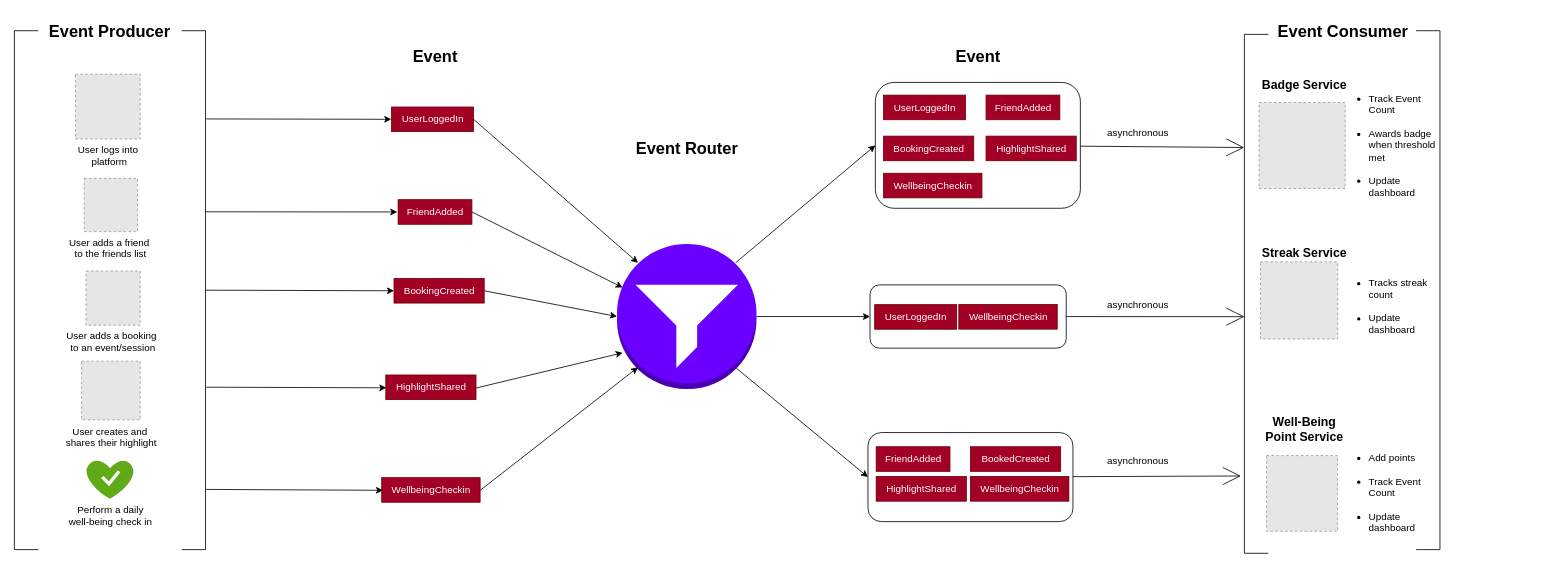
Sky-monster/Diagrams keeps this draw.io diagram as Event_Driven_Architecture.drawio. Above is the earlier version. Source tidied: cells renumbered, new cells numbered last; positions are measured from the earlier drawing's top-left corner, leaving out a move shared by most shapes. Both pictures are drawn from the tidied source at 82%, with x=0, y=0 at pixel (-234, 14). Pictures stored in the file or linked from it are replaced by grey dashed boxes.
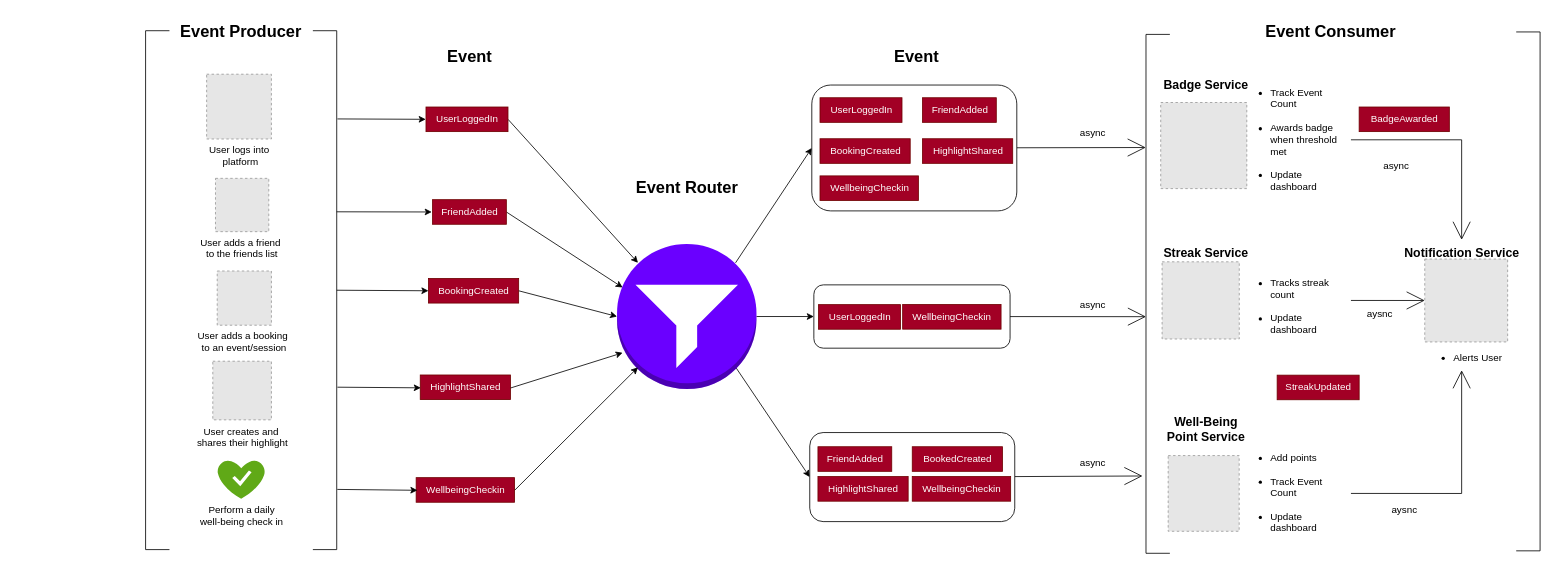
After the change.

Unchanged cells that the change refers to:
```xml
<mxCell id="23" style="rounded=1;whiteSpace=wrap;html=1;" parent="22" vertex="1">
  <mxGeometry width="239.3" height="77.2" as="geometry" />
</mxCell>
```

Diff of the diagram source:
```diff
@@
     <mxCell id="8" value="Event Router" style="text;html=1;align=center;verticalAlign=middle;strokeColor=none;fillColor=none;fontFamily=Arial;fontSize=20;fontStyle=1;" parent="1" vertex="1">
-      <mxGeometry x="1052" y="143" width="140" height="40" as="geometry" />
+      <mxGeometry x="1052" y="190" width="140" height="40" as="geometry" />
     </mxCell>
@@
     <mxCell id="12" value="Event" style="text;html=1;align=center;verticalAlign=middle;strokeColor=none;fillColor=none;fontFamily=Arial;fontSize=20;fontStyle=1;" parent="1" vertex="1">
-      <mxGeometry x="1442" y="30" width="70" height="40" as="geometry" />
+      <mxGeometry x="1367" y="30" width="70" height="40" as="geometry" />
     </mxCell>
@@
     <mxCell id="14" style="group;" parent="1" vertex="1">
-      <mxGeometry x="1352" y="83" width="250" height="153.5" as="geometry" />
+      <mxGeometry x="1274.5" y="86.2" width="250" height="153.5" as="geometry" />
     </mxCell>
@@
     <mxCell id="22" style="group;" parent="1" vertex="1">
-      <mxGeometry x="1345.5" y="329.9" width="245" height="77.2" as="geometry" />
+      <mxGeometry x="1277" y="329.9" width="245" height="77.2" as="geometry" />
     </mxCell>
@@
     <mxCell id="26" style="group;" parent="1" vertex="1">
-      <mxGeometry x="1343" y="510" width="250" height="108.6" as="geometry" />
+      <mxGeometry x="1272" y="510" width="250" height="108.6" as="geometry" />
     </mxCell>
@@
-    <mxCell id="33" value="&lt;font face=&quot;Arial&quot;&gt;asynchronous&lt;/font&gt;" style="text;html=1;align=center;verticalAlign=middle;strokeColor=none;fillColor=none;" parent="1" vertex="1">
-      <mxGeometry x="1622" y="130" width="100" height="30" as="geometry" />
+    <mxCell id="33" value="&lt;font face=&quot;Arial&quot;&gt;async&lt;/font&gt;" style="text;html=1;align=center;verticalAlign=middle;strokeColor=none;fillColor=none;" parent="1" vertex="1">
+      <mxGeometry x="1592" y="130.4" width="50" height="30" as="geometry" />
     </mxCell>
-    <mxCell id="34" value="&lt;font face=&quot;Arial&quot;&gt;asynchronous&lt;/font&gt;" style="text;html=1;align=center;verticalAlign=middle;strokeColor=none;fillColor=none;" parent="1" vertex="1">
-      <mxGeometry x="1622" y="530" width="100" height="30" as="geometry" />
+    <mxCell id="34" value="&lt;font face=&quot;Arial&quot;&gt;async&lt;/font&gt;" style="text;html=1;align=center;verticalAlign=middle;strokeColor=none;fillColor=none;" parent="1" vertex="1">
+      <mxGeometry x="1592" y="531.7" width="50" height="30" as="geometry" />
     </mxCell>
     <mxCell id="35" value="UserLoggedIn" style="text;html=1;align=center;verticalAlign=middle;points=[[0,0.5,0,0,0],[1,0.5,0,0,0]];strokeColor=#6F0000;fillColor=#a20025;fontColor=#ffffff;" parent="1" vertex="1">
-      <mxGeometry x="762" y="113" width="100" height="30" as="geometry" />
+      <mxGeometry x="804" y="113" width="100" height="30" as="geometry" />
     </mxCell>
@@
     <mxCell id="37" value="FriendAdded" style="text;html=1;align=center;verticalAlign=middle;points=[[0,0.5,0,0,0],[1,0.5,0,0,0]];strokeColor=#6F0000;fillColor=#a20025;fontColor=#ffffff;" parent="1" vertex="1">
-      <mxGeometry x="770" y="226" width="90" height="30" as="geometry" />
+      <mxGeometry x="812" y="226" width="90" height="30" as="geometry" />
     </mxCell>
@@
     <mxCell id="39" value="HighlightShared" style="text;html=1;align=center;verticalAlign=middle;points=[];strokeColor=#6F0000;fillColor=#a20025;fontColor=#ffffff;" parent="1" vertex="1">
-      <mxGeometry x="755" y="439.8" width="110" height="30" as="geometry" />
+      <mxGeometry x="797" y="439.8" width="110" height="30" as="geometry" />
     </mxCell>
@@
     <mxCell id="41" value="WellbeingCheckin" style="text;html=1;align=center;verticalAlign=middle;points=[];strokeColor=#6F0000;fillColor=#a20025;fontColor=#ffffff;" parent="1" vertex="1">
-      <mxGeometry x="750" y="565" width="120" height="30" as="geometry" />
+      <mxGeometry x="792" y="565" width="120" height="30" as="geometry" />
     </mxCell>
@@
+    <mxCell id="51" value="BookingCreated" style="text;html=1;align=center;verticalAlign=middle;strokeColor=#6F0000;fillColor=#a20025;fontColor=#ffffff;points=[[0,0.5,0,0,0],[1,0.5,0,0,0]];" parent="1" vertex="1">
+      <mxGeometry x="807" y="322.1" width="110" height="30" as="geometry" />
+    </mxCell>
+    <mxCell id="52" style="rounded=0;jettySize=auto;html=1;entryX=0;entryY=0.5;entryDx=0;entryDy=0;entryPerimeter=0;" parent="1" edge="1" source="50" target="51">
+      <mxGeometry relative="1" as="geometry" />
+    </mxCell>
+    <mxCell id="53" value="Event" style="text;html=1;align=center;verticalAlign=middle;strokeColor=none;fillColor=none;fontFamily=Arial;fontSize=20;fontStyle=1;" parent="1" vertex="1">
+      <mxGeometry x="822" y="30" width="70" height="40" as="geometry" />
+    </mxCell>
+    <mxCell id="67" value="&lt;font face=&quot;Arial&quot;&gt;async&lt;/font&gt;" style="text;html=1;align=center;verticalAlign=middle;strokeColor=none;fillColor=none;" parent="1" vertex="1">
+      <mxGeometry x="1592" y="340.4" width="50" height="30" as="geometry" />
+    </mxCell>
+    <mxCell id="68" style="rounded=0;jettySize=auto;html=1;entryX=0.544;entryY=1;entryDx=0;entryDy=0;entryPerimeter=0;endArrow=open;endFill=0;endSize=20;" parent="1" edge="1" source="23" target="65">
+      <mxGeometry relative="1" as="geometry" />
+    </mxCell>
+    <mxCell id="69" style="group;" parent="1" vertex="1">
+      <mxGeometry x="1682" width="480.6" height="657.2" as="geometry" />
+    </mxCell>
+    <mxCell id="55" value="Event Consumer" style="text;html=1;align=center;verticalAlign=middle;strokeColor=none;fillColor=none;fontFamily=Arial;fontSize=20;fontStyle=1;" parent="69" vertex="1">
+      <mxGeometry x="140" width="170" height="40" as="geometry" />
+    </mxCell>
+    <mxCell id="56" style="fillColor=#E6E6E6;strokeColor=#999999;dashed=1;verticalLabelPosition=bottom;labelBackgroundColor=default;verticalAlign=top;" parent="69" vertex="1">
+      <mxGeometry x="18" y="107.5" width="105" height="105" as="geometry" />
+    </mxCell>
+    <mxCell id="57" value="&lt;font face=&quot;Arial&quot;&gt;Badge Service&lt;/font&gt;" style="text;html=1;align=center;verticalAlign=middle;strokeColor=none;fillColor=none;fontSize=15;fontStyle=1;" parent="69" vertex="1">
+      <mxGeometry x="12.5" y="70" width="120" height="30" as="geometry" />
+    </mxCell>
+    <mxCell id="58" value="&lt;font face=&quot;Arial&quot;&gt;Streak Service&lt;/font&gt;" style="text;html=1;align=center;verticalAlign=middle;strokeColor=none;fillColor=none;fontSize=15;fontStyle=1;" parent="69" vertex="1">
+      <mxGeometry x="12.5" y="275" width="120" height="30" as="geometry" />
+    </mxCell>
+    <mxCell id="59" value="&lt;font face=&quot;Arial&quot;&gt;Well-Being&lt;br&gt;Point Service&lt;/font&gt;" style="text;html=1;align=center;verticalAlign=middle;strokeColor=none;fillColor=none;fontSize=15;fontStyle=1;" parent="69" vertex="1">
+      <mxGeometry x="17.5" y="481.4" width="110" height="50" as="geometry" />
+    </mxCell>
+    <mxCell id="60" style="fillColor=#E6E6E6;strokeColor=#999999;dashed=1;verticalLabelPosition=bottom;labelBackgroundColor=default;verticalAlign=top;" parent="69" vertex="1">
+      <mxGeometry x="27.1" y="538.1" width="86.6" height="92.3" as="geometry" />
+    </mxCell>
+    <mxCell id="70" style="rounded=0;jettySize=auto;html=1;exitX=1;exitY=0.5;exitDx=0;exitDy=0;endArrow=open;endFill=0;strokeWidth=1;endSize=20;edgeStyle=orthogonalEdgeStyle;" parent="69" edge="1" source="61" target="73">
+      <mxGeometry relative="1" as="geometry" />
+    </mxCell>
+    <mxCell id="61" value="&lt;ul&gt;&lt;li&gt;Track Event Count&lt;br&gt;&lt;br&gt;&lt;/li&gt;&lt;li&gt;&lt;font face=&quot;Arial&quot;&gt;Awards badge when threshold met&lt;br&gt;&lt;br&gt;&lt;/font&gt;&lt;/li&gt;&lt;li&gt;&lt;font face=&quot;Arial&quot;&gt;Update dashboard&lt;/font&gt;&lt;/li&gt;&lt;/ul&gt;" style="text;html=1;align=left;verticalAlign=middle;whiteSpace=wrap;rounded=0;" parent="69" vertex="1">
+      <mxGeometry x="110" y="123" width="140" height="60" as="geometry" />
+    </mxCell>
+    <mxCell id="71" style="rounded=0;jettySize=auto;html=1;entryX=0;entryY=0.5;entryDx=0;entryDy=0;endArrow=open;endFill=0;endSize=20;" parent="69" edge="1" source="62" target="74">
+      <mxGeometry relative="1" as="geometry" />
+    </mxCell>
+    <mxCell id="62" value="&lt;div&gt;&lt;br&gt;&lt;/div&gt;&lt;ul&gt;&lt;li&gt;Tracks streak count&lt;br&gt;&lt;br&gt;&lt;/li&gt;&lt;li&gt;Update dashboard&lt;/li&gt;&lt;/ul&gt;" style="text;html=1;align=left;verticalAlign=middle;whiteSpace=wrap;rounded=0;" parent="69" vertex="1">
+      <mxGeometry x="110" y="314.6" width="140" height="68.5" as="geometry" />
+    </mxCell>
+    <mxCell id="63" style="fillColor=#E6E6E6;strokeColor=#999999;dashed=1;verticalLabelPosition=bottom;labelBackgroundColor=default;verticalAlign=top;" parent="69" vertex="1">
+      <mxGeometry x="19.7" y="301.8" width="94.1" height="94.1" as="geometry" />
+    </mxCell>
+    <mxCell id="72" style="rounded=0;jettySize=auto;html=1;entryX=0.5;entryY=1;entryDx=0;entryDy=0;exitX=1;exitY=0.5;exitDx=0;exitDy=0;endArrow=open;endFill=0;endSize=20;edgeStyle=orthogonalEdgeStyle;" parent="69" edge="1" source="64" target="75">
+      <mxGeometry relative="1" as="geometry" />
+    </mxCell>
+    <mxCell id="64" value="&lt;ul&gt;&lt;li&gt;Add points&lt;br&gt;&lt;br&gt;&lt;/li&gt;&lt;li&gt;Track Event Count&lt;br&gt;&lt;br&gt;&lt;/li&gt;&lt;li&gt;Update dashboard&lt;/li&gt;&lt;/ul&gt;" style="text;html=1;align=left;verticalAlign=middle;whiteSpace=wrap;rounded=0;" parent="69" vertex="1">
+      <mxGeometry x="110" y="550" width="140" height="68.5" as="geometry" />
+    </mxCell>
+    <mxCell id="65" style="shape=partialRectangle;whiteSpace=wrap;html=1;bottom=1;right=1;left=1;top=0;fillColor=none;routingCenterX=-0.5;rotation=90;" parent="69" vertex="1">
+      <mxGeometry x="-302.1" y="326.6" width="632.8" height="28.5" as="geometry" />
+    </mxCell>
+    <mxCell id="66" style="shape=partialRectangle;whiteSpace=wrap;html=1;bottom=1;right=1;left=1;top=0;fillColor=none;routingCenterX=-0.5;rotation=-90;" parent="69" vertex="1">
+      <mxGeometry x="150" y="323.6" width="632.8" height="28.5" as="geometry" />
+    </mxCell>
+    <mxCell id="73" value="&lt;font face=&quot;Arial&quot;&gt;Notification Service&lt;/font&gt;" style="text;html=1;align=center;verticalAlign=middle;points=[];strokeColor=none;fillColor=none;fontSize=15;fontStyle=1;" parent="69" vertex="1">
+      <mxGeometry x="310" y="275" width="150" height="30" as="geometry" />
+    </mxCell>
+    <mxCell id="74" style="fillColor=#E6E6E6;strokeColor=#999999;dashed=1;html=1;verticalAlign=top;verticalLabelPosition=bottom;labelBackgroundColor=#ffffff;" parent="69" vertex="1">
+      <mxGeometry x="340" y="298.4" width="101.1" height="101.1" as="geometry" />
+    </mxCell>
+    <mxCell id="75" value="&lt;ul&gt;&lt;li&gt;Alerts User&lt;/li&gt;&lt;/ul&gt;" style="text;html=1;align=center;verticalAlign=middle;whiteSpace=wrap;rounded=0;" parent="69" vertex="1">
+      <mxGeometry x="305" y="404" width="160" height="30" as="geometry" />
+    </mxCell>
+    <mxCell id="76" value="aysnc" style="text;html=1;align=center;verticalAlign=middle;strokeColor=none;fillColor=none;" parent="69" vertex="1">
+      <mxGeometry x="260" y="350.6" width="50" height="30" as="geometry" />
+    </mxCell>
+    <mxCell id="77" value="aysnc" style="text;html=1;align=center;verticalAlign=middle;strokeColor=none;fillColor=none;" parent="69" vertex="1">
+      <mxGeometry x="290" y="588.5" width="50" height="30" as="geometry" />
+    </mxCell>
+    <mxCell id="78" value="async" style="text;html=1;align=center;verticalAlign=middle;strokeColor=none;fillColor=none;" parent="69" vertex="1">
+      <mxGeometry x="280" y="170" width="50" height="30" as="geometry" />
+    </mxCell>
+    <mxCell id="79" value="BadgeAwarded" style="text;html=1;align=center;verticalAlign=middle;strokeColor=#6F0000;fillColor=#a20025;fontColor=#ffffff;" parent="69" vertex="1">
+      <mxGeometry x="260" y="113" width="110" height="30" as="geometry" />
+    </mxCell>
+    <mxCell id="80" value="StreakUpdated" style="text;html=1;align=center;verticalAlign=middle;strokeColor=#6F0000;fillColor=#a20025;fontColor=#ffffff;" parent="69" vertex="1">
+      <mxGeometry x="160" y="440" width="100" height="30" as="geometry" />
+    </mxCell>
+    <mxCell id="81" style="group;" parent="1" vertex="1">
+      <mxGeometry x="462" width="233.1" height="652.8" as="geometry" />
+    </mxCell>
-    <mxCell id="43" value="&lt;font&gt;Event Producer&lt;/font&gt;" style="text;html=1;align=center;verticalAlign=middle;strokeColor=none;fillColor=none;fontFamily=Arial;fontSize=20;fontStyle=1;" parent="1" vertex="1">
-      <mxGeometry x="337.6" width="160" height="40" as="geometry" />
+    <mxCell id="43" value="&lt;font&gt;Event Producer&lt;/font&gt;" style="text;html=1;align=center;verticalAlign=middle;strokeColor=none;fillColor=none;fontFamily=Arial;fontSize=20;fontStyle=1;" parent="81" vertex="1">
+      <mxGeometry x="35.6" width="160" height="40" as="geometry" />
     </mxCell>
-    <mxCell id="44" value="User adds a booking&amp;nbsp;&lt;br&gt;to an event/session" style="fillColor=#E6E6E6;strokeColor=#999999;dashed=1;html=1;verticalAlign=top;verticalLabelPosition=bottom;labelBackgroundColor=#ffffff;" parent="1" vertex="1">
-      <mxGeometry x="389.4" y="313" width="66.1" height="66.1" as="geometry" />
+    <mxCell id="44" value="User adds a booking&amp;nbsp;&lt;br&gt;to an event/session" style="fillColor=#E6E6E6;strokeColor=#999999;dashed=1;html=1;verticalAlign=top;verticalLabelPosition=bottom;labelBackgroundColor=#ffffff;" parent="81" vertex="1">
+      <mxGeometry x="87.4" y="313" width="66.1" height="66.1" as="geometry" />
     </mxCell>
-    <mxCell id="45" value="User creates and&amp;nbsp;&lt;br&gt;shares their highlight" style="fillColor=#E6E6E6;strokeColor=#999999;dashed=1;html=1;verticalAlign=top;verticalLabelPosition=bottom;labelBackgroundColor=#ffffff;" parent="1" vertex="1">
-      <mxGeometry x="384" y="423" width="71.5" height="71.5" as="geometry" />
+    <mxCell id="45" value="User creates and&amp;nbsp;&lt;br&gt;shares their highlight" style="fillColor=#E6E6E6;strokeColor=#999999;dashed=1;html=1;verticalAlign=top;verticalLabelPosition=bottom;labelBackgroundColor=#ffffff;" parent="81" vertex="1">
+      <mxGeometry x="82" y="423" width="71.5" height="71.5" as="geometry" />
     </mxCell>
-    <mxCell id="46" value="Perform a daily&lt;br&gt;well-being check in" style="verticalLabelPosition=bottom;html=1;verticalAlign=top;align=center;strokeColor=none;fillColor=#60a917;shape=mxgraph.azure.healthy;fontColor=#000000;" parent="1" vertex="1">
-      <mxGeometry x="389.4" y="542.8" width="58.5" height="48" as="geometry" />
+    <mxCell id="46" value="Perform a daily&lt;br&gt;well-being check in" style="verticalLabelPosition=bottom;html=1;verticalAlign=top;align=center;strokeColor=none;fillColor=#60a917;shape=mxgraph.azure.healthy;fontColor=#000000;" parent="81" vertex="1">
+      <mxGeometry x="87.4" y="542.8" width="58.5" height="48" as="geometry" />
     </mxCell>
-    <mxCell id="47" value="User logs into&lt;br&gt;&amp;nbsp;platform" style="fillColor=#E6E6E6;strokeColor=#999999;dashed=1;html=1;verticalAlign=top;verticalLabelPosition=bottom;labelBackgroundColor=#ffffff;" parent="1" vertex="1">
-      <mxGeometry x="376.5" y="73" width="79" height="79" as="geometry" />
+    <mxCell id="47" value="User logs into&lt;br&gt;&amp;nbsp;platform" style="fillColor=#E6E6E6;strokeColor=#999999;dashed=1;html=1;verticalAlign=top;verticalLabelPosition=bottom;labelBackgroundColor=#ffffff;" parent="81" vertex="1">
+      <mxGeometry x="74.5" y="73" width="79" height="79" as="geometry" />
     </mxCell>
-    <mxCell id="48" value="User adds a friend &#10;to the friends list" style="fillColor=#E6E6E6;strokeColor=#999999;dashed=1;verticalLabelPosition=bottom;labelBackgroundColor=default;verticalAlign=top;" parent="1" vertex="1">
-      <mxGeometry x="387.2" y="200" width="65" height="65" as="geometry" />
+    <mxCell id="48" value="User adds a friend &#10;to the friends list" style="fillColor=#E6E6E6;strokeColor=#999999;dashed=1;verticalLabelPosition=bottom;labelBackgroundColor=default;verticalAlign=top;" parent="81" vertex="1">
+      <mxGeometry x="85.3" y="200" width="65" height="65" as="geometry" />
     </mxCell>
-    <mxCell id="49" style="shape=partialRectangle;whiteSpace=wrap;html=1;bottom=1;right=1;left=1;top=0;fillColor=none;routingCenterX=-0.5;rotation=90;" parent="1" vertex="1">
-      <mxGeometry x="-0.1" y="322.1" width="632.8" height="28.5" as="geometry" />
+    <mxCell id="49" style="shape=partialRectangle;whiteSpace=wrap;html=1;bottom=1;right=1;left=1;top=0;fillColor=none;routingCenterX=-0.5;rotation=90;" parent="81" vertex="1">
+      <mxGeometry x="-302.1" y="322.1" width="632.8" height="28.5" as="geometry" />
     </mxCell>
-    <mxCell id="50" style="shape=partialRectangle;whiteSpace=wrap;html=1;bottom=1;right=1;left=1;top=0;fillColor=none;routingCenterX=-0.5;rotation=-90;" parent="1" vertex="1">
-      <mxGeometry x="204.5" y="322.1" width="632.8" height="28.5" as="geometry" />
+    <mxCell id="50" style="shape=partialRectangle;whiteSpace=wrap;html=1;bottom=1;right=1;left=1;top=0;fillColor=none;routingCenterX=-0.5;rotation=-90;" parent="81" vertex="1">
+      <mxGeometry x="-97.5" y="322.1" width="632.8" height="28.5" as="geometry" />
     </mxCell>
-    <mxCell id="51" value="BookingCreated" style="text;html=1;align=center;verticalAlign=middle;strokeColor=#6F0000;fillColor=#a20025;fontColor=#ffffff;points=[[0,0.5,0,0,0],[1,0.5,0,0,0]];" parent="1" vertex="1">
-      <mxGeometry x="765" y="322.1" width="110" height="30" as="geometry" />
-    </mxCell>
-    <mxCell id="52" style="rounded=0;jettySize=auto;html=1;entryX=0;entryY=0.5;entryDx=0;entryDy=0;entryPerimeter=0;" parent="1" edge="1" source="50" target="51">
-      <mxGeometry relative="1" as="geometry" />
-    </mxCell>
-    <mxCell id="53" value="Event" style="text;html=1;align=center;verticalAlign=middle;strokeColor=none;fillColor=none;fontFamily=Arial;fontSize=20;fontStyle=1;" parent="1" vertex="1">
-      <mxGeometry x="780" y="30" width="70" height="40" as="geometry" />
-    </mxCell>
-    <mxCell id="54" style="group;" parent="1" vertex="1">
-      <mxGeometry x="1802" width="250" height="657.2" as="geometry" />
-    </mxCell>
-    <mxCell id="55" value="Event Consumer" style="text;html=1;align=center;verticalAlign=middle;strokeColor=none;fillColor=none;fontFamily=Arial;fontSize=20;fontStyle=1;" parent="54" vertex="1">
-      <mxGeometry x="35" width="170" height="40" as="geometry" />
-    </mxCell>
-    <mxCell id="56" style="fillColor=#E6E6E6;strokeColor=#999999;dashed=1;verticalLabelPosition=bottom;labelBackgroundColor=default;verticalAlign=top;" parent="54" vertex="1">
-      <mxGeometry x="18" y="107.5" width="105" height="105" as="geometry" />
-    </mxCell>
-    <mxCell id="57" value="&lt;font face=&quot;Arial&quot;&gt;Badge Service&lt;/font&gt;" style="text;html=1;align=center;verticalAlign=middle;strokeColor=none;fillColor=none;fontSize=15;fontStyle=1;" parent="54" vertex="1">
-      <mxGeometry x="12.5" y="70" width="120" height="30" as="geometry" />
-    </mxCell>
-    <mxCell id="58" value="&lt;font face=&quot;Arial&quot;&gt;Streak Service&lt;/font&gt;" style="text;html=1;align=center;verticalAlign=middle;strokeColor=none;fillColor=none;fontSize=15;fontStyle=1;" parent="54" vertex="1">
-      <mxGeometry x="12.5" y="275" width="120" height="30" as="geometry" />
-    </mxCell>
-    <mxCell id="59" value="&lt;font face=&quot;Arial&quot;&gt;Well-Being&lt;br&gt;Point Service&lt;/font&gt;" style="text;html=1;align=center;verticalAlign=middle;strokeColor=none;fillColor=none;fontSize=15;fontStyle=1;" parent="54" vertex="1">
-      <mxGeometry x="17.5" y="481.4" width="110" height="50" as="geometry" />
-    </mxCell>
-    <mxCell id="60" style="fillColor=#E6E6E6;strokeColor=#999999;dashed=1;verticalLabelPosition=bottom;labelBackgroundColor=default;verticalAlign=top;" parent="54" vertex="1">
-      <mxGeometry x="27.1" y="538.1" width="86.6" height="92.3" as="geometry" />
-    </mxCell>
-    <mxCell id="61" value="&lt;ul&gt;&lt;li&gt;Track Event Count&lt;br&gt;&lt;br&gt;&lt;/li&gt;&lt;li&gt;&lt;font face=&quot;Arial&quot;&gt;Awards badge when threshold met&lt;br&gt;&lt;br&gt;&lt;/font&gt;&lt;/li&gt;&lt;li&gt;&lt;font face=&quot;Arial&quot;&gt;Update dashboard&lt;/font&gt;&lt;/li&gt;&lt;/ul&gt;" style="text;html=1;align=left;verticalAlign=middle;whiteSpace=wrap;rounded=0;" parent="54" vertex="1">
-      <mxGeometry x="110" y="130" width="140" height="60" as="geometry" />
-    </mxCell>
-    <mxCell id="62" value="&lt;div&gt;&lt;br&gt;&lt;/div&gt;&lt;ul&gt;&lt;li&gt;Tracks streak count&lt;br&gt;&lt;br&gt;&lt;/li&gt;&lt;li&gt;Update dashboard&lt;/li&gt;&lt;/ul&gt;" style="text;html=1;align=left;verticalAlign=middle;whiteSpace=wrap;rounded=0;" parent="54" vertex="1">
-      <mxGeometry x="110" y="314.6" width="140" height="68.5" as="geometry" />
-    </mxCell>
-    <mxCell id="63" style="fillColor=#E6E6E6;strokeColor=#999999;dashed=1;verticalLabelPosition=bottom;labelBackgroundColor=default;verticalAlign=top;" parent="54" vertex="1">
-      <mxGeometry x="19.7" y="301.8" width="94.1" height="94.1" as="geometry" />
-    </mxCell>
-    <mxCell id="64" value="&lt;ul&gt;&lt;li&gt;Add points&lt;br&gt;&lt;br&gt;&lt;/li&gt;&lt;li&gt;Track Event Count&lt;br&gt;&lt;br&gt;&lt;/li&gt;&lt;li&gt;Update dashboard&lt;/li&gt;&lt;/ul&gt;" style="text;html=1;align=left;verticalAlign=middle;whiteSpace=wrap;rounded=0;" parent="54" vertex="1">
-      <mxGeometry x="110" y="550" width="140" height="68.5" as="geometry" />
-    </mxCell>
-    <mxCell id="65" style="shape=partialRectangle;whiteSpace=wrap;html=1;bottom=1;right=1;left=1;top=0;fillColor=none;routingCenterX=-0.5;rotation=90;" parent="54" vertex="1">
-      <mxGeometry x="-302.1" y="326.6" width="632.8" height="28.5" as="geometry" />
-    </mxCell>
-    <mxCell id="66" style="shape=partialRectangle;whiteSpace=wrap;html=1;bottom=1;right=1;left=1;top=0;fillColor=none;routingCenterX=-0.5;rotation=-90;" parent="54" vertex="1">
-      <mxGeometry x="-92.1" y="322.1" width="632.8" height="28.5" as="geometry" />
-    </mxCell>
-    <mxCell id="67" value="&lt;font face=&quot;Arial&quot;&gt;asynchronous&lt;/font&gt;" style="text;html=1;align=center;verticalAlign=middle;strokeColor=none;fillColor=none;" parent="1" vertex="1">
-      <mxGeometry x="1622" y="340" width="100" height="30" as="geometry" />
-    </mxCell>
-    <mxCell id="68" style="rounded=0;jettySize=auto;html=1;entryX=0.544;entryY=1;entryDx=0;entryDy=0;entryPerimeter=0;endArrow=open;endFill=0;endSize=20;" parent="1" edge="1" source="23" target="65">
-      <mxGeometry relative="1" as="geometry" />
-    </mxCell>
```
